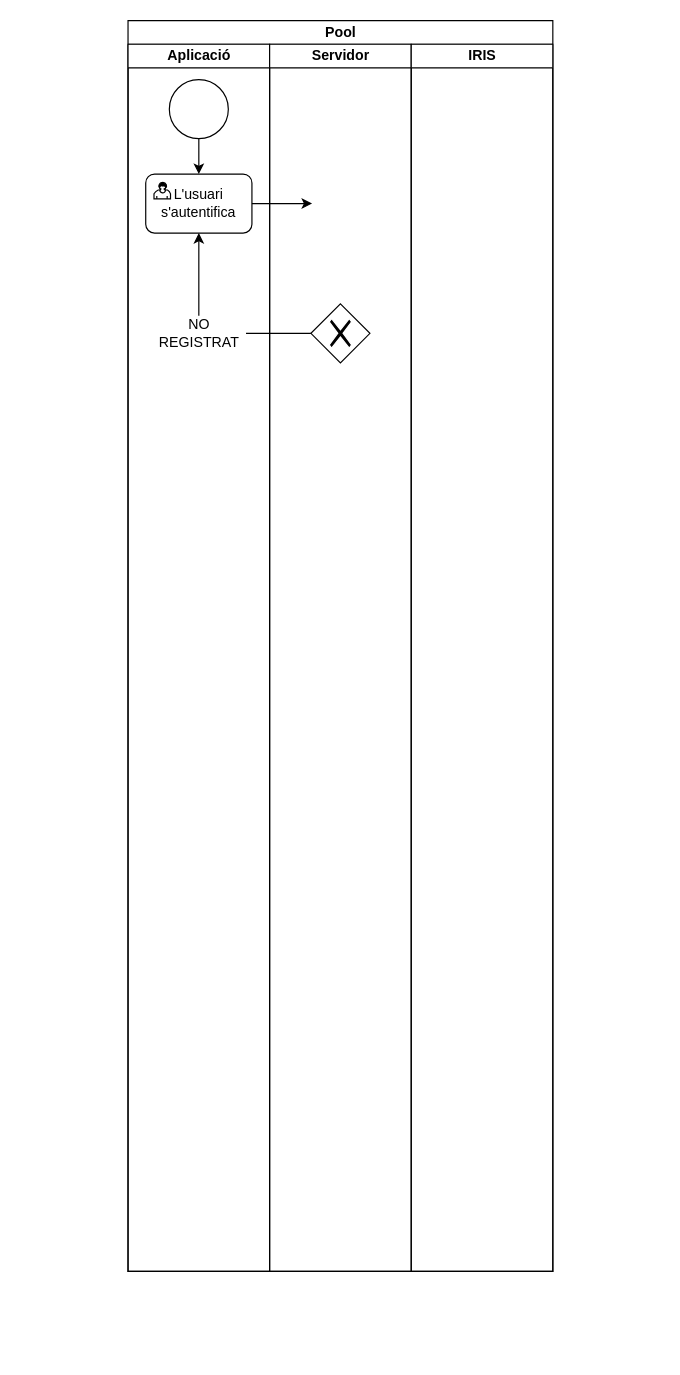
Above: page "BPMN" (4 of 5) of Producte/Diseny/Diagrames.drawio in eespunes/Plataforma-de-Visualitzacio-dAlertes-Sanitaries (draw.io), before the change. Source tidied: cells renumbered, new cells numbered last; positions are measured from the earlier drawing's top-left corner, leaving out a move shared by most shapes. Both pictures are drawn from the tidied source at 118%, with x=0, y=0 at pixel (127, 20).
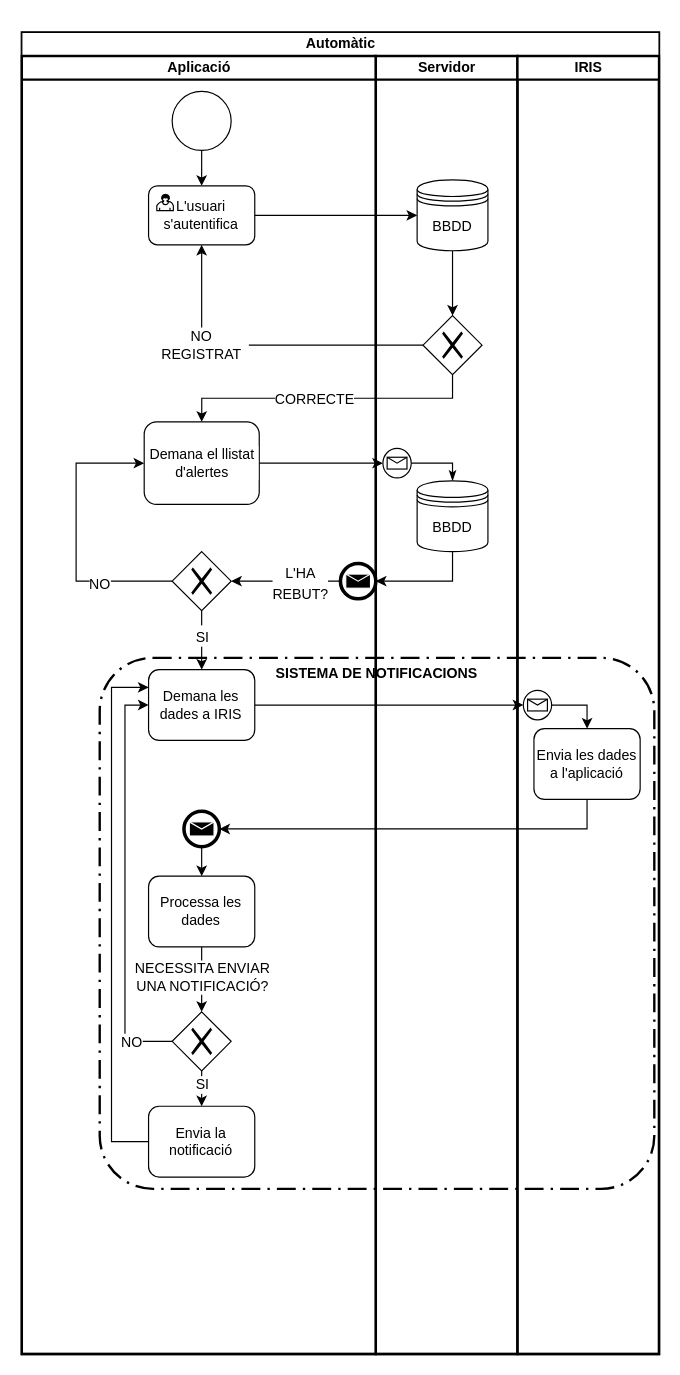
The same page after the edit.

Change to the diagram source:
```diff
@@
+    <mxCell id="15" style="group;" parent="1" vertex="1">
+      <mxGeometry x="-90" y="10" width="540" height="1120" as="geometry" />
+    </mxCell>
+    <mxCell id="16" value="SISTEMA DE NOTIFICACIONS" style="rounded=1;arcSize=10;dashed=1;strokeColor=#000000;fillColor=none;gradientColor=none;dashPattern=8 3 1 3;strokeWidth=2;verticalAlign=top;fontStyle=1;labelBackgroundColor=#ffffff;" parent="15" vertex="1">
+      <mxGeometry x="66" y="530" width="470" height="450" as="geometry" />
+    </mxCell>
+    <mxCell id="17" style="group;strokeColor=#000000;strokeWidth=2;" parent="15" vertex="1">
+      <mxGeometry width="540" height="1120" as="geometry" />
+    </mxCell>
-    <mxCell id="2" value="Pool" style="swimlane;html=1;startSize=20;" parent="1" vertex="1">
-      <mxGeometry width="360" height="1060" as="geometry" />
+    <mxCell id="2" value="Automàtic" style="swimlane;html=1;startSize=20;" parent="17" vertex="1">
+      <mxGeometry width="540" height="1120" as="geometry" />
     </mxCell>
-    <mxCell id="3" value="Aplicació" style="swimlane;html=1;startSize=20;" parent="2" vertex="1">
-      <mxGeometry y="20" width="120" height="1040" as="geometry" />
+    <mxCell id="3" value="Aplicació" style="swimlane;html=1;startSize=20;strokeWidth=2;" parent="2" vertex="1">
+      <mxGeometry y="20" width="300" height="1100" as="geometry" />
     </mxCell>
@@
     <mxCell id="5" style="shape=mxgraph.bpmn.shape;html=1;verticalLabelPosition=bottom;labelBackgroundColor=#ffffff;verticalAlign=top;align=center;perimeter=ellipsePerimeter;outlineConnect=0;outline=standard;symbol=general;" parent="3" vertex="1">
-      <mxGeometry x="35" y="30" width="50" height="50" as="geometry" />
+      <mxGeometry x="127.4" y="30" width="50" height="50" as="geometry" />
     </mxCell>
     <mxCell id="6" value="L'usuari s'autentifica" style="html=1;whiteSpace=wrap;rounded=1;" parent="3" vertex="1">
-      <mxGeometry x="15" y="110" width="90" height="50" as="geometry" />
+      <mxGeometry x="107.4" y="110" width="90" height="50" as="geometry" />
     </mxCell>
@@
     <mxCell id="9" value="NO &lt;br&gt;REGISTRAT" style="text;html=1;align=center;verticalAlign=middle;points=[];" parent="3" vertex="1">
-      <mxGeometry x="20" y="230" width="80" height="30" as="geometry" />
+      <mxGeometry x="112.4" y="230" width="80" height="30" as="geometry" />
     </mxCell>
+    <mxCell id="18" style="edgeStyle=orthogonalEdgeStyle;rounded=0;jettySize=auto;html=1;exitX=0.5;exitY=1;exitDx=0;exitDy=0;entryX=0.5;entryY=0;entryDx=0;entryDy=0;" parent="3" edge="1" source="36" target="37">
+      <mxGeometry relative="1" as="geometry" />
+    </mxCell>
+    <mxCell id="19" style="edgeStyle=orthogonalEdgeStyle;rounded=0;jettySize=auto;html=1;exitX=0;exitY=0.5;exitDx=0;exitDy=0;entryX=0;entryY=0.5;entryDx=0;entryDy=0;" parent="3" edge="1" source="38" target="35">
+      <mxGeometry relative="1" as="geometry" />
+    </mxCell>
+    <mxCell id="20" value="&lt;font style=&quot;font-size: 12px&quot;&gt;NO&lt;/font&gt;" style="edgeLabel;html=1;align=center;verticalAlign=middle;" parent="19" vertex="1">
+      <mxGeometry x="-0.94" y="-1" relative="1" as="geometry">
+        <mxPoint x="-24.8" y="1" as="offset" />
+      </mxGeometry>
+    </mxCell>
+    <mxCell id="21" style="edgeStyle=orthogonalEdgeStyle;rounded=0;jettySize=auto;html=1;exitX=0.5;exitY=1;exitDx=0;exitDy=0;entryX=0.5;entryY=0;entryDx=0;entryDy=0;" parent="3" edge="1" source="37" target="38">
+      <mxGeometry relative="1" as="geometry" />
+    </mxCell>
+    <mxCell id="22" value="&lt;font style=&quot;font-size: 12px&quot;&gt;NECESSITA ENVIAR &lt;br&gt;UNA NOTIFICACIÓ?&lt;/font&gt;" style="edgeLabel;html=1;align=center;verticalAlign=middle;" parent="21" vertex="1">
+      <mxGeometry x="0.28" relative="1" as="geometry">
+        <mxPoint y="-10" as="offset" />
+      </mxGeometry>
+    </mxCell>
+    <mxCell id="23" style="edgeStyle=orthogonalEdgeStyle;rounded=0;jettySize=auto;html=1;exitX=0;exitY=0.5;exitDx=0;exitDy=0;entryX=0;entryY=0.25;entryDx=0;entryDy=0;" parent="3" edge="1" source="39" target="35">
+      <mxGeometry relative="1" as="geometry">
+        <Array as="points">
+          <mxPoint x="76" y="920" />
+          <mxPoint x="76" y="535" />
+        </Array>
+      </mxGeometry>
+    </mxCell>
+    <mxCell id="24" style="edgeStyle=orthogonalEdgeStyle;rounded=0;jettySize=auto;html=1;exitX=0.5;exitY=1;exitDx=0;exitDy=0;entryX=0.5;entryY=0;entryDx=0;entryDy=0;" parent="3" edge="1" source="38" target="39">
+      <mxGeometry relative="1" as="geometry" />
+    </mxCell>
+    <mxCell id="25" value="&lt;font style=&quot;font-size: 12px&quot;&gt;SI&lt;/font&gt;" style="edgeLabel;html=1;align=center;verticalAlign=middle;" parent="24" vertex="1">
+      <mxGeometry x="-0.3" relative="1" as="geometry" />
+    </mxCell>
+    <mxCell id="26" value="Demana el llistat d'alertes" style="html=1;whiteSpace=wrap;rounded=1;labelBackgroundColor=#ffffff;" parent="3" vertex="1">
+      <mxGeometry x="103.7" y="310" width="97.5" height="70" as="geometry" />
+    </mxCell>
+    <mxCell id="27" style="edgeStyle=orthogonalEdgeStyle;rounded=0;jettySize=auto;html=1;exitX=0;exitY=0.5;exitDx=0;exitDy=0;entryX=1;entryY=0.5;entryDx=0;entryDy=0;" parent="3" edge="1" source="29" target="32">
+      <mxGeometry relative="1" as="geometry" />
+    </mxCell>
+    <mxCell id="28" value="&lt;font color=&quot;#000000&quot; style=&quot;font-size: 12px&quot;&gt;L'HA &lt;br&gt;REBUT?&lt;/font&gt;" style="edgeLabel;html=1;align=center;verticalAlign=middle;fontSize=15;fontColor=#FFFFFF;" parent="27" vertex="1">
+      <mxGeometry x="-0.24" relative="1" as="geometry" />
+    </mxCell>
+    <mxCell id="29" style="shape=mxgraph.bpmn.shape;html=1;verticalLabelPosition=bottom;labelBackgroundColor=#ffffff;verticalAlign=top;align=center;perimeter=ellipsePerimeter;outlineConnect=0;outline=end;symbol=message;" parent="3" vertex="1">
+      <mxGeometry x="270" y="430" width="30" height="30" as="geometry" />
+    </mxCell>
+    <mxCell id="30" style="edgeStyle=orthogonalEdgeStyle;rounded=0;jettySize=auto;html=1;exitX=0.5;exitY=1;exitDx=0;exitDy=0;entryX=0.5;entryY=0;entryDx=0;entryDy=0;" parent="3" edge="1" source="32" target="35">
+      <mxGeometry relative="1" as="geometry" />
+    </mxCell>
+    <mxCell id="31" value="&lt;font style=&quot;font-size: 12px&quot; color=&quot;#000000&quot;&gt;SI&lt;/font&gt;" style="edgeLabel;html=1;align=center;verticalAlign=middle;fontSize=15;fontColor=#FFFFFF;" parent="30" vertex="1">
+      <mxGeometry x="-0.64" relative="1" as="geometry">
+        <mxPoint y="11.1" as="offset" />
+      </mxGeometry>
+    </mxCell>
+    <mxCell id="32" style="shape=mxgraph.bpmn.shape;html=1;verticalLabelPosition=bottom;labelBackgroundColor=#ffffff;verticalAlign=top;align=center;perimeter=rhombusPerimeter;background=gateway;outlineConnect=0;outline=none;symbol=exclusiveGw;" parent="3" vertex="1">
+      <mxGeometry x="127.4" y="420" width="50" height="50" as="geometry" />
+    </mxCell>
+    <mxCell id="33" style="edgeStyle=orthogonalEdgeStyle;rounded=0;jettySize=auto;html=1;exitX=0;exitY=0.5;exitDx=0;exitDy=0;entryX=0;entryY=0.5;entryDx=0;entryDy=0;" parent="3" edge="1" source="32" target="26">
+      <mxGeometry relative="1" as="geometry">
+        <Array as="points">
+          <mxPoint x="46" y="445" />
+          <mxPoint x="46" y="345" />
+        </Array>
+      </mxGeometry>
+    </mxCell>
+    <mxCell id="34" value="&lt;font style=&quot;font-size: 12px&quot; color=&quot;#000000&quot;&gt;NO&lt;/font&gt;" style="edgeLabel;html=1;align=center;verticalAlign=middle;fontSize=15;fontColor=#FFFFFF;" parent="33" vertex="1">
+      <mxGeometry x="-0.93" relative="1" as="geometry">
+        <mxPoint x="-54.4" as="offset" />
+      </mxGeometry>
+    </mxCell>
+    <mxCell id="35" value="Demana les dades a IRIS" style="html=1;whiteSpace=wrap;rounded=1;" parent="3" vertex="1">
+      <mxGeometry x="107.4" y="520" width="90" height="60" as="geometry" />
+    </mxCell>
+    <mxCell id="36" style="shape=mxgraph.bpmn.shape;html=1;verticalLabelPosition=bottom;labelBackgroundColor=#ffffff;verticalAlign=top;align=center;perimeter=ellipsePerimeter;outlineConnect=0;outline=end;symbol=message;" parent="3" vertex="1">
+      <mxGeometry x="137.4" y="640" width="30" height="30" as="geometry" />
+    </mxCell>
+    <mxCell id="37" value="Processa les dades" style="html=1;whiteSpace=wrap;rounded=1;" parent="3" vertex="1">
+      <mxGeometry x="107.4" y="695" width="90" height="60" as="geometry" />
+    </mxCell>
+    <mxCell id="38" style="shape=mxgraph.bpmn.shape;html=1;verticalLabelPosition=bottom;labelBackgroundColor=#ffffff;verticalAlign=top;align=center;perimeter=rhombusPerimeter;background=gateway;outlineConnect=0;outline=none;symbol=exclusiveGw;" parent="3" vertex="1">
+      <mxGeometry x="127.4" y="810" width="50" height="50" as="geometry" />
+    </mxCell>
+    <mxCell id="39" value="Envia la notificació" style="html=1;whiteSpace=wrap;rounded=1;" parent="3" vertex="1">
+      <mxGeometry x="107.4" y="890" width="90" height="60" as="geometry" />
+    </mxCell>
-    <mxCell id="10" value="Servidor" style="swimlane;html=1;startSize=20;" parent="2" vertex="1">
-      <mxGeometry x="120" y="20" width="120" height="1040" as="geometry" />
+    <mxCell id="10" value="Servidor" style="swimlane;html=1;startSize=20;strokeWidth=2;" parent="2" vertex="1">
+      <mxGeometry x="300" y="20" width="120" height="1100" as="geometry" />
     </mxCell>
     <mxCell id="11" style="shape=mxgraph.bpmn.shape;html=1;verticalLabelPosition=bottom;labelBackgroundColor=#ffffff;verticalAlign=top;align=center;perimeter=rhombusPerimeter;background=gateway;outlineConnect=0;outline=none;symbol=exclusiveGw;" parent="10" vertex="1">
-      <mxGeometry x="35" y="220" width="50" height="50" as="geometry" />
+      <mxGeometry x="40" y="220" width="50" height="50" as="geometry" />
     </mxCell>
+    <mxCell id="40" style="edgeStyle=orthogonalEdgeStyle;rounded=0;jettySize=auto;html=1;exitX=0.5;exitY=1;exitDx=0;exitDy=0;" parent="10" edge="1" source="41" target="11">
+      <mxGeometry relative="1" as="geometry" />
+    </mxCell>
+    <mxCell id="41" value="&lt;font style=&quot;font-size: 12px&quot;&gt;BBDD&lt;/font&gt;" style="shape=datastore;whiteSpace=wrap;html=1;" parent="10" vertex="1">
+      <mxGeometry x="35" y="105" width="60" height="60" as="geometry" />
+    </mxCell>
+    <mxCell id="42" style="edgeStyle=orthogonalEdgeStyle;rounded=0;jettySize=auto;html=1;exitX=1;exitY=0.5;exitDx=0;exitDy=0;entryX=0.5;entryY=0;entryDx=0;entryDy=0;startArrow=none;startFill=0;endArrow=classicThin;endFill=1;" parent="10" edge="1" source="43">
+      <mxGeometry relative="1" as="geometry">
+        <mxPoint x="65" y="360" as="targetPoint" />
+      </mxGeometry>
+    </mxCell>
+    <mxCell id="43" style="shape=mxgraph.bpmn.shape;html=1;verticalLabelPosition=bottom;labelBackgroundColor=#ffffff;verticalAlign=top;align=center;perimeter=ellipsePerimeter;outlineConnect=0;outline=standard;symbol=message;" parent="10" vertex="1">
+      <mxGeometry x="6" y="332.5" width="24" height="25" as="geometry" />
+    </mxCell>
+    <mxCell id="44" value="&lt;font style=&quot;font-size: 12px&quot;&gt;BBDD&lt;/font&gt;" style="shape=datastore;whiteSpace=wrap;html=1;" parent="10" vertex="1">
+      <mxGeometry x="35" y="360" width="60" height="60" as="geometry" />
+    </mxCell>
+    <mxCell id="45" style="edgeStyle=orthogonalEdgeStyle;rounded=0;jettySize=auto;html=1;exitX=1;exitY=0.5;exitDx=0;exitDy=0;entryX=0;entryY=0.5;entryDx=0;entryDy=0;" parent="2" edge="1" source="35" target="48">
+      <mxGeometry relative="1" as="geometry" />
+    </mxCell>
+    <mxCell id="46" style="edgeStyle=orthogonalEdgeStyle;rounded=0;jettySize=auto;html=1;exitX=0.5;exitY=1;exitDx=0;exitDy=0;entryX=1;entryY=0.5;entryDx=0;entryDy=0;" parent="2" edge="1" source="49" target="36">
+      <mxGeometry relative="1" as="geometry" />
+    </mxCell>
-    <mxCell id="12" value="IRIS" style="swimlane;html=1;startSize=20;" parent="2" vertex="1">
-      <mxGeometry x="240" y="20" width="120" height="1040" as="geometry" />
+    <mxCell id="12" value="IRIS" style="swimlane;html=1;startSize=20;strokeWidth=2;" parent="2" vertex="1">
+      <mxGeometry x="420" y="20" width="120" height="1100" as="geometry" />
     </mxCell>
+    <mxCell id="47" style="edgeStyle=orthogonalEdgeStyle;rounded=0;jettySize=auto;html=1;exitX=1;exitY=0.5;exitDx=0;exitDy=0;entryX=0.5;entryY=0;entryDx=0;entryDy=0;" parent="12" edge="1" source="48" target="49">
+      <mxGeometry relative="1" as="geometry" />
+    </mxCell>
+    <mxCell id="48" style="shape=mxgraph.bpmn.shape;html=1;verticalLabelPosition=bottom;labelBackgroundColor=#ffffff;verticalAlign=top;align=center;perimeter=ellipsePerimeter;outlineConnect=0;outline=standard;symbol=message;" parent="12" vertex="1">
+      <mxGeometry x="5" y="537.5" width="24" height="25" as="geometry" />
+    </mxCell>
+    <mxCell id="49" value="Envia les dades a l'aplicació" style="html=1;whiteSpace=wrap;rounded=1;" parent="12" vertex="1">
+      <mxGeometry x="14" y="570" width="90" height="60" as="geometry" />
+    </mxCell>
@@
-    <mxCell id="14" style="edgeStyle=orthogonalEdgeStyle;rounded=0;jettySize=auto;html=1;exitX=1;exitY=0.5;exitDx=0;exitDy=0;" parent="1" edge="1" source="6">
-      <mxGeometry relative="1" as="geometry">
-        <mxPoint x="156" y="155" as="targetPoint" />
-      </mxGeometry>
+    <mxCell id="14" style="edgeStyle=orthogonalEdgeStyle;rounded=0;jettySize=auto;html=1;exitX=1;exitY=0.5;exitDx=0;exitDy=0;" parent="2" edge="1" source="6" target="41">
+      <mxGeometry relative="1" as="geometry" />
     </mxCell>
+    <mxCell id="50" style="edgeStyle=orthogonalEdgeStyle;rounded=0;jettySize=auto;html=1;exitX=0.5;exitY=1;exitDx=0;exitDy=0;entryX=0.5;entryY=0;entryDx=0;entryDy=0;" parent="2" edge="1" source="11" target="26">
+      <mxGeometry relative="1" as="geometry" />
+    </mxCell>
+    <mxCell id="51" value="&lt;font style=&quot;font-size: 12px&quot;&gt;CORRECTE&lt;/font&gt;" style="edgeLabel;html=1;align=center;verticalAlign=middle;" parent="50" vertex="1">
+      <mxGeometry x="0.32" y="2" relative="1" as="geometry">
+        <mxPoint x="29.1" y="-2" as="offset" />
+      </mxGeometry>
+    </mxCell>
+    <mxCell id="52" style="edgeStyle=orthogonalEdgeStyle;rounded=0;jettySize=auto;html=1;exitX=1;exitY=0.5;exitDx=0;exitDy=0;" parent="2" edge="1" source="26" target="43">
+      <mxGeometry relative="1" as="geometry" />
+    </mxCell>
+    <mxCell id="53" style="edgeStyle=orthogonalEdgeStyle;rounded=0;jettySize=auto;html=1;entryX=1;entryY=0.5;entryDx=0;entryDy=0;fontSize=15;fontColor=#FFFFFF;exitX=0.5;exitY=1;exitDx=0;exitDy=0;" parent="2" edge="1" source="44" target="29">
+      <mxGeometry relative="1" as="geometry" />
+    </mxCell>
```
